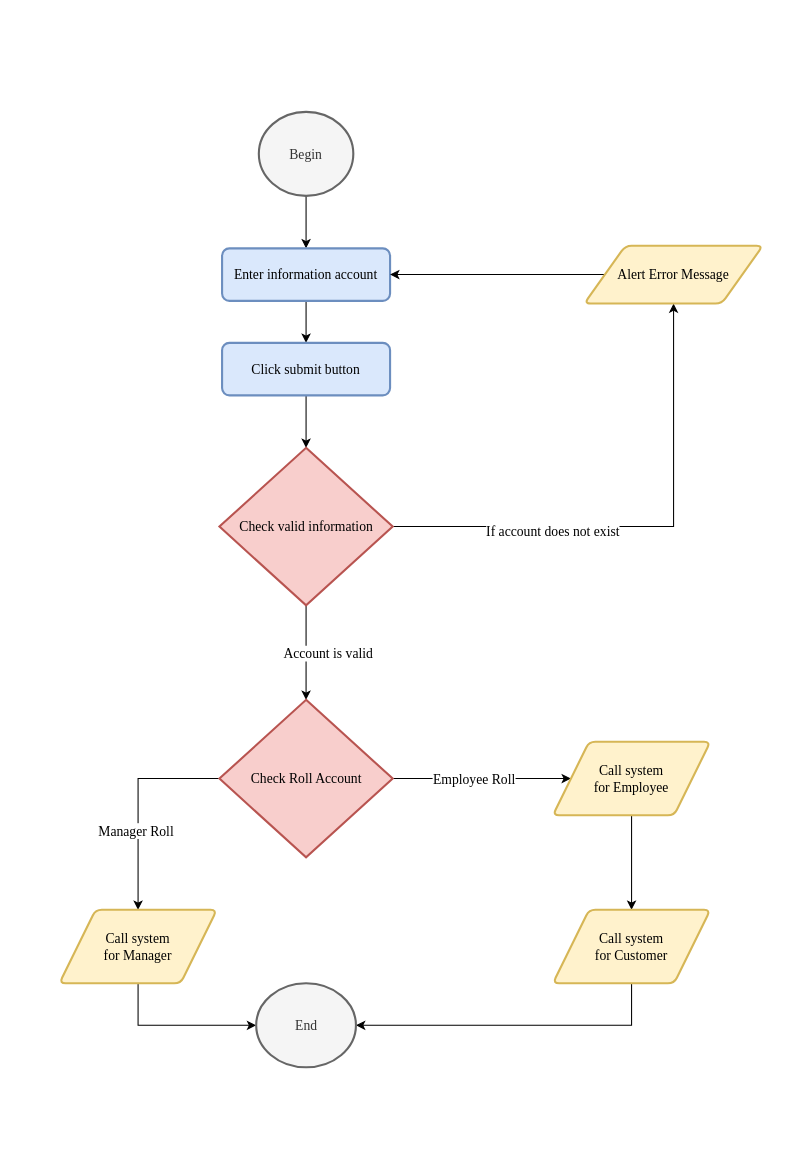
The draw.io diagram page "Login" (2 of 12) of document/diagram/flowchar_ver2.drawio in daomtthuan/do-an, before the edit. Source tidied: cells renumbered, new cells numbered last; positions are measured from the earlier drawing's top-left corner, leaving out a move shared by most shapes. Both pictures are drawn from the tidied source at 105%, with x=0, y=0 at pixel (59, 111).
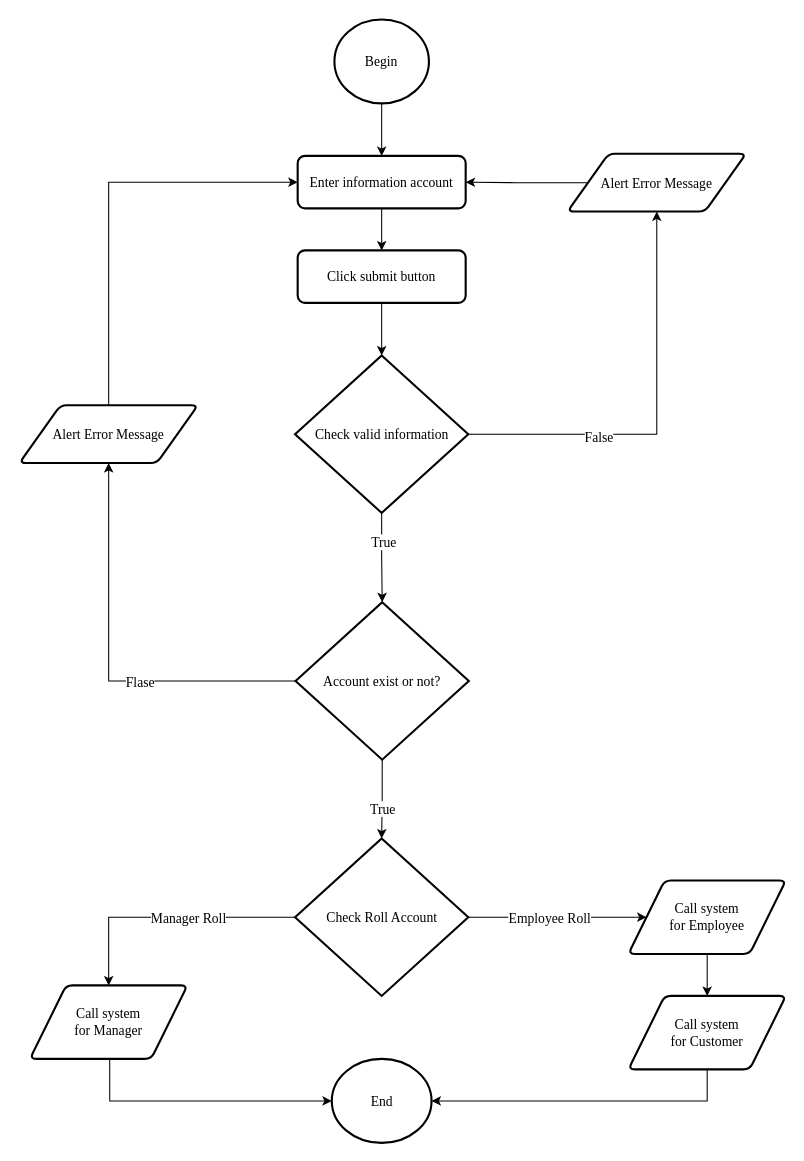
The same diagram, later.

The change refers to these unchanged cells:
```xml
<mxCell id="8" style="edgeStyle=orthogonalEdgeStyle;rounded=0;jettySize=auto;html=1;fontFamily=Times New Roman;fontSize=13;entryX=0.5;entryY=1;entryDx=0;entryDy=0;" parent="1" edge="1" source="12" target="19">
  <mxGeometry relative="1" as="geometry" />
</mxCell>
<mxCell id="13" style="edgeStyle=orthogonalEdgeStyle;rounded=0;jettySize=auto;html=1;entryX=0.5;entryY=0;entryDx=0;entryDy=0;fontFamily=Times New Roman;fontSize=13;" parent="1" edge="1" source="17" target="21">
  <mxGeometry relative="1" as="geometry" />
</mxCell>
```

What changed in the source:
```diff
@@
-    <mxCell id="3" value="Begin" style="strokeWidth=2;html=1;shape=mxgraph.flowchart.start_2;whiteSpace=wrap;fontFamily=Times New Roman;fontSize=13;fillColor=#f5f5f5;strokeColor=#666666;fontColor=#333333;" parent="1" vertex="1">
-      <mxGeometry x="190" width="90" height="80" as="geometry" />
+    <mxCell id="3" value="Begin" style="strokeWidth=2;html=1;shape=mxgraph.flowchart.start_2;whiteSpace=wrap;fontFamily=Times New Roman;fontSize=13;" parent="1" vertex="1">
+      <mxGeometry x="262" y="-88" width="90" height="80" as="geometry" />
     </mxCell>
@@
-    <mxCell id="5" value="Enter information account" style="rounded=1;whiteSpace=wrap;html=1;absoluteArcSize=1;arcSize=14;strokeWidth=2;fontFamily=Times New Roman;fontSize=13;fillColor=#dae8fc;strokeColor=#6c8ebf;" parent="1" vertex="1">
-      <mxGeometry x="155" y="130" width="160" height="50" as="geometry" />
+    <mxCell id="5" value="Enter information account" style="rounded=1;whiteSpace=wrap;html=1;absoluteArcSize=1;arcSize=14;strokeWidth=2;fontFamily=Times New Roman;fontSize=13;" parent="1" vertex="1">
+      <mxGeometry x="227" y="42" width="160" height="50" as="geometry" />
     </mxCell>
@@
-    <mxCell id="7" value="Click submit button" style="rounded=1;whiteSpace=wrap;html=1;absoluteArcSize=1;arcSize=14;strokeWidth=2;fontFamily=Times New Roman;fontSize=13;fillColor=#dae8fc;strokeColor=#6c8ebf;" parent="1" vertex="1">
-      <mxGeometry x="155" y="220" width="160" height="50" as="geometry" />
+    <mxCell id="7" value="Click submit button" style="rounded=1;whiteSpace=wrap;html=1;absoluteArcSize=1;arcSize=14;strokeWidth=2;fontFamily=Times New Roman;fontSize=13;" parent="1" vertex="1">
+      <mxGeometry x="227" y="132" width="160" height="50" as="geometry" />
     </mxCell>
@@
-    <mxCell id="9" value="If account does not exist" style="text;html=1;align=center;verticalAlign=middle;labelBackgroundColor=#ffffff;fontSize=13;fontFamily=Times New Roman;" parent="8" vertex="1">
-      <mxGeometry x="-0.37" y="-3" relative="1" as="geometry">
-        <mxPoint x="1" as="offset" />
-      </mxGeometry>
-    </mxCell>
-    <mxCell id="10" style="edgeStyle=orthogonalEdgeStyle;rounded=0;jettySize=auto;html=1;fontFamily=Times New Roman;fontSize=13;" parent="1" edge="1" source="12" target="17">
-      <mxGeometry relative="1" as="geometry" />
-    </mxCell>
-    <mxCell id="11" value="Account is valid" style="text;html=1;align=center;verticalAlign=middle;labelBackgroundColor=#ffffff;fontSize=13;fontFamily=Times New Roman;" parent="10" vertex="1">
-      <mxGeometry x="0.01" y="20" relative="1" as="geometry" />
-    </mxCell>
+    <mxCell id="27" value="False" style="text;html=1;align=center;verticalAlign=middle;labelBackgroundColor=#ffffff;fontFamily=Times New Roman;fontSize=13;" parent="8" vertex="1">
+      <mxGeometry x="-0.37" y="-2" relative="1" as="geometry">
+        <mxPoint x="1" as="offset" />
+      </mxGeometry>
+    </mxCell>
+    <mxCell id="28" style="edgeStyle=orthogonalEdgeStyle;rounded=0;jettySize=auto;html=1;fontFamily=Times New Roman;fontSize=13;" parent="1" edge="1" source="12" target="34">
+      <mxGeometry relative="1" as="geometry" />
+    </mxCell>
+    <mxCell id="29" value="True" style="text;html=1;align=center;verticalAlign=middle;labelBackgroundColor=#ffffff;fontFamily=Times New Roman;fontSize=13;" parent="28" vertex="1">
+      <mxGeometry x="-0.38" y="1" relative="1" as="geometry" />
+    </mxCell>
-    <mxCell id="12" value="Check valid information" style="strokeWidth=2;html=1;shape=mxgraph.flowchart.decision;whiteSpace=wrap;fontFamily=Times New Roman;fontSize=13;fillColor=#f8cecc;strokeColor=#b85450;" parent="1" vertex="1">
-      <mxGeometry x="152.5" y="320" width="165" height="150" as="geometry" />
+    <mxCell id="12" value="Check valid information" style="strokeWidth=2;html=1;shape=mxgraph.flowchart.decision;whiteSpace=wrap;fontFamily=Times New Roman;fontSize=13;" parent="1" vertex="1">
+      <mxGeometry x="224.5" y="232" width="165" height="150" as="geometry" />
     </mxCell>
+    <mxCell id="30" style="edgeStyle=orthogonalEdgeStyle;rounded=0;jettySize=auto;html=1;fontFamily=Times New Roman;fontSize=13;" parent="1" edge="1" source="34" target="17">
+      <mxGeometry relative="1" as="geometry" />
+    </mxCell>
+    <mxCell id="31" value="True" style="text;html=1;align=center;verticalAlign=middle;labelBackgroundColor=#ffffff;fontFamily=Times New Roman;fontSize=13;" parent="30" vertex="1">
+      <mxGeometry x="0.24" y="-1" relative="1" as="geometry">
+        <mxPoint x="1" as="offset" />
+      </mxGeometry>
+    </mxCell>
+    <mxCell id="32" style="edgeStyle=orthogonalEdgeStyle;rounded=0;jettySize=auto;html=1;fontFamily=Times New Roman;fontSize=13;" parent="1" edge="1" source="34" target="36">
+      <mxGeometry relative="1" as="geometry" />
+    </mxCell>
+    <mxCell id="33" value="Flase" style="text;html=1;align=center;verticalAlign=middle;labelBackgroundColor=#ffffff;fontFamily=Times New Roman;fontSize=13;" parent="32" vertex="1">
+      <mxGeometry x="-0.22" relative="1" as="geometry">
+        <mxPoint x="1" as="offset" />
+      </mxGeometry>
+    </mxCell>
+    <mxCell id="34" value="Account exist or not?" style="strokeWidth=2;html=1;shape=mxgraph.flowchart.decision;whiteSpace=wrap;fontFamily=Times New Roman;fontSize=13;" parent="1" vertex="1">
+      <mxGeometry x="225" y="467" width="165" height="150" as="geometry" />
+    </mxCell>
@@
     <mxCell id="14" value="Manager Roll" style="text;html=1;align=center;verticalAlign=middle;labelBackgroundColor=#ffffff;fontSize=13;fontFamily=Times New Roman;" parent="13" vertex="1">
       <mxGeometry x="0.24" y="-3" relative="1" as="geometry">
-        <mxPoint y="1" as="offset" />
+        <mxPoint x="48" y="3" as="offset" />
       </mxGeometry>
     </mxCell>
@@
-    <mxCell id="17" value="Check Roll Account" style="strokeWidth=2;html=1;shape=mxgraph.flowchart.decision;whiteSpace=wrap;fontFamily=Times New Roman;fontSize=13;fillColor=#f8cecc;strokeColor=#b85450;" parent="1" vertex="1">
-      <mxGeometry x="152.5" y="560" width="165" height="150" as="geometry" />
+    <mxCell id="17" value="Check Roll Account" style="strokeWidth=2;html=1;shape=mxgraph.flowchart.decision;whiteSpace=wrap;fontFamily=Times New Roman;fontSize=13;" parent="1" vertex="1">
+      <mxGeometry x="224.5" y="692" width="165" height="150" as="geometry" />
     </mxCell>
@@
-    <mxCell id="19" value="Alert Error Message" style="shape=parallelogram;html=1;strokeWidth=2;perimeter=parallelogramPerimeter;whiteSpace=wrap;rounded=1;arcSize=12;size=0.23;fontFamily=Times New Roman;fontSize=13;fillColor=#fff2cc;strokeColor=#d6b656;" parent="1" vertex="1">
-      <mxGeometry x="500" y="127.5" width="170" height="55" as="geometry" />
+    <mxCell id="19" value="Alert Error Message" style="shape=parallelogram;html=1;strokeWidth=2;perimeter=parallelogramPerimeter;whiteSpace=wrap;rounded=1;arcSize=12;size=0.23;fontFamily=Times New Roman;fontSize=13;" parent="1" vertex="1">
+      <mxGeometry x="484" y="40" width="170" height="55" as="geometry" />
     </mxCell>
     <mxCell id="20" style="edgeStyle=orthogonalEdgeStyle;rounded=0;jettySize=auto;html=1;entryX=0;entryY=0.5;entryDx=0;entryDy=0;entryPerimeter=0;fontFamily=Times New Roman;fontSize=13;" parent="1" edge="1" source="21" target="26">
       <mxGeometry relative="1" as="geometry">
         <Array as="points">
-          <mxPoint x="75" y="870" />
+          <mxPoint x="48" y="942" />
         </Array>
       </mxGeometry>
     </mxCell>
-    <mxCell id="21" value="Call system &lt;br&gt;for Manager" style="shape=parallelogram;html=1;strokeWidth=2;perimeter=parallelogramPerimeter;whiteSpace=wrap;rounded=1;arcSize=12;size=0.23;fontFamily=Times New Roman;fontSize=13;fillColor=#fff2cc;strokeColor=#d6b656;" parent="1" vertex="1">
-      <mxGeometry y="760" width="150" height="70" as="geometry" />
+    <mxCell id="21" value="Call system &lt;br style=&quot;font-size: 13px;&quot;&gt;for Manager" style="shape=parallelogram;html=1;strokeWidth=2;perimeter=parallelogramPerimeter;whiteSpace=wrap;rounded=1;arcSize=12;size=0.23;fontFamily=Times New Roman;fontSize=13;" parent="1" vertex="1">
+      <mxGeometry x="-28" y="832" width="150" height="70" as="geometry" />
     </mxCell>
@@
-    <mxCell id="23" value="Call system &lt;br&gt;for Employee" style="shape=parallelogram;html=1;strokeWidth=2;perimeter=parallelogramPerimeter;whiteSpace=wrap;rounded=1;arcSize=12;size=0.23;fontFamily=Times New Roman;fontSize=13;fillColor=#fff2cc;strokeColor=#d6b656;" parent="1" vertex="1">
-      <mxGeometry x="470" y="600" width="150" height="70" as="geometry" />
+    <mxCell id="23" value="Call system &lt;br style=&quot;font-size: 13px;&quot;&gt;for Employee" style="shape=parallelogram;html=1;strokeWidth=2;perimeter=parallelogramPerimeter;whiteSpace=wrap;rounded=1;arcSize=12;size=0.23;fontFamily=Times New Roman;fontSize=13;" parent="1" vertex="1">
+      <mxGeometry x="542" y="732" width="150" height="70" as="geometry" />
     </mxCell>
     <mxCell id="24" style="edgeStyle=orthogonalEdgeStyle;rounded=0;jettySize=auto;html=1;entryX=1;entryY=0.5;entryDx=0;entryDy=0;entryPerimeter=0;fontFamily=Times New Roman;fontSize=13;" parent="1" edge="1" source="25" target="26">
       <mxGeometry relative="1" as="geometry">
         <Array as="points">
-          <mxPoint x="545" y="870" />
+          <mxPoint x="617" y="942" />
         </Array>
       </mxGeometry>
     </mxCell>
-    <mxCell id="25" value="Call system &lt;br&gt;for Customer" style="shape=parallelogram;html=1;strokeWidth=2;perimeter=parallelogramPerimeter;whiteSpace=wrap;rounded=1;arcSize=12;size=0.23;fontFamily=Times New Roman;fontSize=13;fillColor=#fff2cc;strokeColor=#d6b656;" parent="1" vertex="1">
-      <mxGeometry x="470" y="760" width="150" height="70" as="geometry" />
+    <mxCell id="25" value="Call system &lt;br style=&quot;font-size: 13px;&quot;&gt;for Customer" style="shape=parallelogram;html=1;strokeWidth=2;perimeter=parallelogramPerimeter;whiteSpace=wrap;rounded=1;arcSize=12;size=0.23;fontFamily=Times New Roman;fontSize=13;" parent="1" vertex="1">
+      <mxGeometry x="542" y="842" width="150" height="70" as="geometry" />
     </mxCell>
-    <mxCell id="26" value="End" style="strokeWidth=2;html=1;shape=mxgraph.flowchart.start_2;whiteSpace=wrap;fontFamily=Times New Roman;fontSize=13;fillColor=#f5f5f5;strokeColor=#666666;fontColor=#333333;" parent="1" vertex="1">
-      <mxGeometry x="187.5" y="830" width="95" height="80" as="geometry" />
+    <mxCell id="26" value="End" style="strokeWidth=2;html=1;shape=mxgraph.flowchart.start_2;whiteSpace=wrap;fontFamily=Times New Roman;fontSize=13;" parent="1" vertex="1">
+      <mxGeometry x="259.5" y="902" width="95" height="80" as="geometry" />
     </mxCell>
+    <mxCell id="35" style="edgeStyle=orthogonalEdgeStyle;rounded=0;jettySize=auto;html=1;exitX=0.5;exitY=0;exitDx=0;exitDy=0;entryX=0;entryY=0.5;entryDx=0;entryDy=0;fontFamily=Times New Roman;fontSize=13;" parent="1" edge="1" source="36" target="5">
+      <mxGeometry relative="1" as="geometry" />
+    </mxCell>
+    <mxCell id="36" value="Alert Error Message" style="shape=parallelogram;html=1;strokeWidth=2;perimeter=parallelogramPerimeter;whiteSpace=wrap;rounded=1;arcSize=12;size=0.23;fontFamily=Times New Roman;fontSize=13;" parent="1" vertex="1">
+      <mxGeometry x="-38" y="279.5" width="170" height="55" as="geometry" />
+    </mxCell>
```
